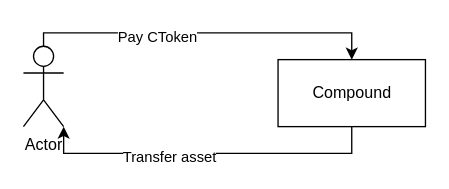
Above: docs/images/uc_redeem.drawio in fox-one/compound (draw.io), before the change. Source tidied: cells renumbered, new cells numbered last; positions are measured from the earlier drawing's top-left corner, leaving out a move shared by most shapes. Both pictures are drawn from the tidied source at 134%, with x=0, y=0 at pixel (23, 32).
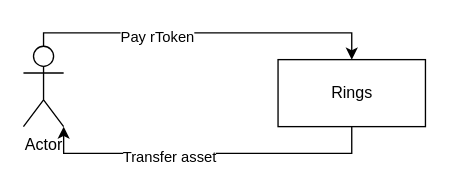
Above is the later version.

What changed in the source:
```diff
@@
 <mxGraphModel>
   <root>
     <mxCell id="0" />
     <mxCell id="1" parent="0" />
     <mxCell id="2" style="edgeStyle=orthogonalEdgeStyle;rounded=0;jettySize=auto;html=1;entryX=0.5;entryY=0;entryDx=0;entryDy=0;" parent="1" edge="1" source="4" target="7">
       <mxGeometry relative="1" as="geometry">
         <Array as="points">
           <mxPoint x="15" />
           <mxPoint x="245" />
         </Array>
       </mxGeometry>
     </mxCell>
-    <mxCell id="3" value="Pay CToken" style="edgeLabel;html=1;align=center;verticalAlign=middle;" parent="2" vertex="1">
+    <mxCell id="3" value="Pay rToken" style="edgeLabel;html=1;align=center;verticalAlign=middle;" parent="2" vertex="1">
       <mxGeometry x="-0.28" y="-2" relative="1" as="geometry" />
     </mxCell>
     <mxCell id="4" value="Actor" style="shape=umlActor;verticalLabelPosition=bottom;verticalAlign=top;html=1;" parent="1" vertex="1">
       <mxGeometry y="10" width="30" height="60" as="geometry" />
     </mxCell>
     <mxCell id="5" style="edgeStyle=orthogonalEdgeStyle;rounded=0;jettySize=auto;html=1;entryX=1;entryY=1;entryDx=0;entryDy=0;entryPerimeter=0;exitX=0.5;exitY=1;exitDx=0;exitDy=0;" parent="1" edge="1" source="7" target="4">
       <mxGeometry relative="1" as="geometry" />
     </mxCell>
     <mxCell id="6" value="Transfer asset" style="edgeLabel;html=1;align=center;verticalAlign=middle;" parent="5" vertex="1">
       <mxGeometry x="0.23" y="2" relative="1" as="geometry" />
     </mxCell>
-    <mxCell id="7" value="Compound" style="html=1;" parent="1" vertex="1">
+    <mxCell id="7" value="Rings" style="html=1;" parent="1" vertex="1">
       <mxGeometry x="190" y="20" width="110" height="50" as="geometry" />
     </mxCell>
   </root>
 </mxGraphModel>
```
